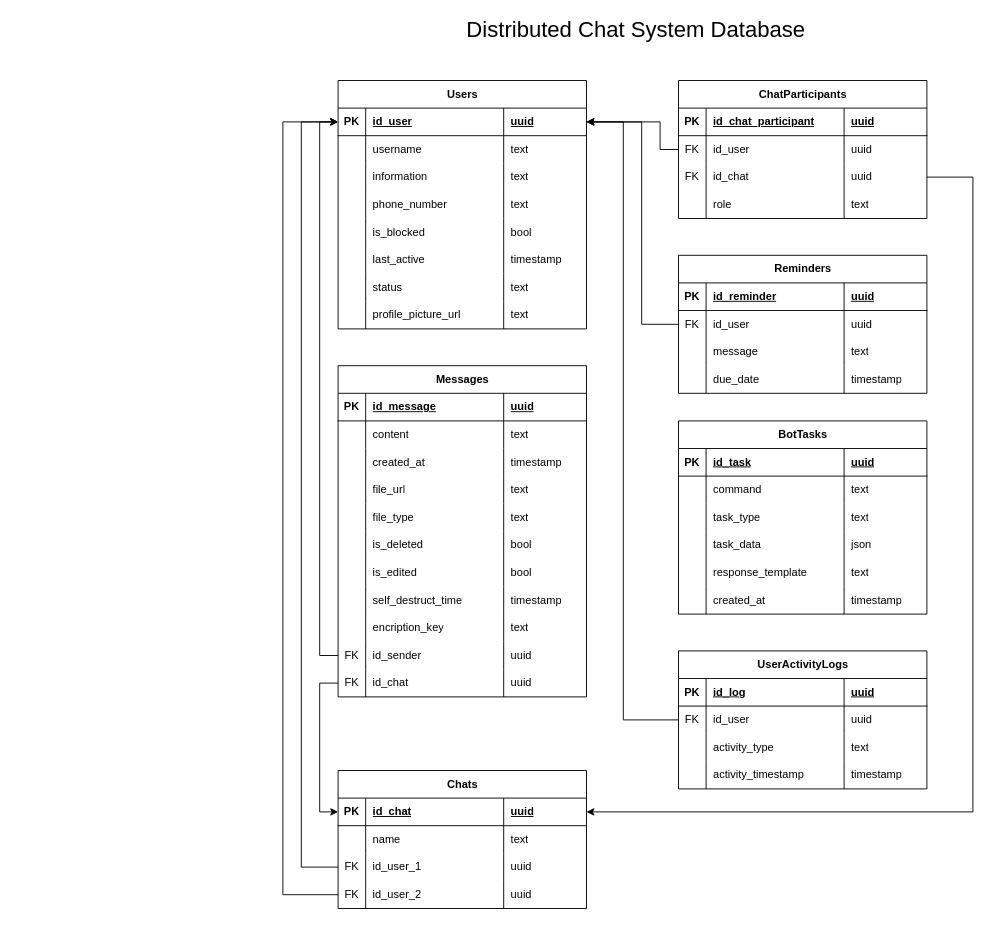
GabrielAlfaro07/Distributed-Chat-System keeps this draw.io diagram as Distributed_Chat_System_Database.drawio. Above is the earlier version. Source tidied: cells renumbered, new cells numbered last; positions are measured from the earlier drawing's top-left corner, leaving out a move shared by most shapes. Both pictures are drawn from the tidied source at 92%, with x=0, y=0 at pixel (282, 16).
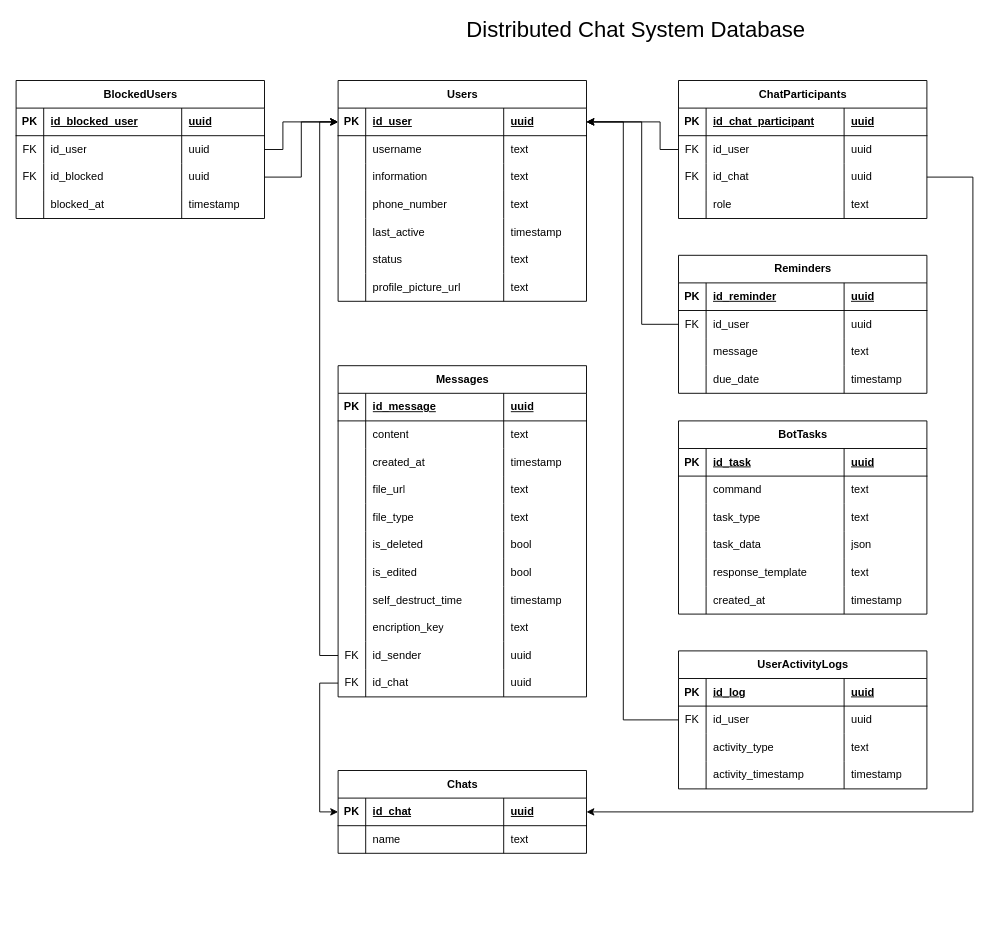
Above is the later version.

Commit message (it also covers changes not shown here):
feat: added authService.ts to manage sessions and authentication

Unchanged cells that the change refers to:
```xml
<mxCell id="4" style="shape=tableRow;horizontal=0;startSize=0;swimlaneHead=0;swimlaneBody=0;fillColor=none;points=[[0,0.5],[1,0.5]];portConstraint=eastwest;top=0;left=0;right=0;bottom=1;" parent="3" vertex="1">
  <mxGeometry y="30" width="270" height="30" as="geometry" />
</mxCell>
```

Change to the diagram source:
```diff
@@
     <mxCell id="3" value="Users" style="shape=table;startSize=30;childLayout=tableLayout;rowLines=0;fontStyle=1;align=center;html=1;" parent="1" vertex="1">
-      <mxGeometry x="60" y="70" width="270" height="270" as="geometry" />
+      <mxGeometry x="60" y="70" width="270" height="240" as="geometry" />
     </mxCell>
@@
-    <mxCell id="20" style="shape=tableRow;horizontal=0;startSize=0;swimlaneHead=0;swimlaneBody=0;fillColor=none;top=0;left=0;right=0;bottom=0;" parent="3" vertex="1">
-      <mxGeometry y="150" width="270" height="30" as="geometry" />
-    </mxCell>
-    <mxCell id="21" style="shape=partialRectangle;fillColor=none;top=0;left=0;bottom=0;right=0;overflow=hidden;whiteSpace=wrap;html=1;" parent="20" vertex="1">
-      <mxGeometry width="30" height="30" as="geometry" />
-    </mxCell>
-    <mxCell id="22" value="is_blocked" style="shape=partialRectangle;fillColor=none;top=0;left=0;bottom=0;right=0;align=left;spacingLeft=6;overflow=hidden;whiteSpace=wrap;html=1;" parent="20" vertex="1">
-      <mxGeometry x="30" width="150" height="30" as="geometry" />
-    </mxCell>
-    <mxCell id="23" value="bool" style="shape=partialRectangle;fillColor=none;top=0;left=0;bottom=0;right=0;align=left;spacingLeft=6;overflow=hidden;whiteSpace=wrap;html=1;" parent="20" vertex="1">
-      <mxGeometry x="180" width="90" height="30" as="geometry" />
-    </mxCell>
     <mxCell id="24" style="shape=tableRow;horizontal=0;startSize=0;swimlaneHead=0;swimlaneBody=0;fillColor=none;top=0;left=0;right=0;bottom=0;" parent="3" vertex="1">
-      <mxGeometry y="180" width="270" height="30" as="geometry" />
+      <mxGeometry y="150" width="270" height="30" as="geometry" />
     </mxCell>
@@
     <mxCell id="28" style="shape=tableRow;horizontal=0;startSize=0;swimlaneHead=0;swimlaneBody=0;fillColor=none;top=0;left=0;right=0;bottom=0;" parent="3" vertex="1">
-      <mxGeometry y="210" width="270" height="30" as="geometry" />
+      <mxGeometry y="180" width="270" height="30" as="geometry" />
     </mxCell>
@@
     <mxCell id="32" style="shape=tableRow;horizontal=0;startSize=0;swimlaneHead=0;swimlaneBody=0;fillColor=none;top=0;left=0;right=0;bottom=0;" parent="3" vertex="1">
-      <mxGeometry y="240" width="270" height="30" as="geometry" />
+      <mxGeometry y="210" width="270" height="30" as="geometry" />
     </mxCell>
@@
     <mxCell id="81" value="Chats" style="shape=table;startSize=30;childLayout=tableLayout;rowLines=0;fontStyle=1;align=center;html=1;" parent="1" vertex="1">
-      <mxGeometry x="60" y="820" width="270" height="150" as="geometry" />
+      <mxGeometry x="60" y="820" width="270" height="90" as="geometry" />
     </mxCell>
@@
-    <mxCell id="90" style="shape=tableRow;horizontal=0;startSize=0;swimlaneHead=0;swimlaneBody=0;fillColor=none;points=[[0,0.5],[1,0.5]];portConstraint=eastwest;top=0;left=0;right=0;bottom=0;" parent="81" vertex="1">
-      <mxGeometry y="90" width="270" height="30" as="geometry" />
-    </mxCell>
-    <mxCell id="91" value="FK" style="shape=partialRectangle;fillColor=none;top=0;left=0;bottom=0;right=0;overflow=hidden;whiteSpace=wrap;html=1;" parent="90" vertex="1">
-      <mxGeometry width="30" height="30" as="geometry" />
-    </mxCell>
-    <mxCell id="92" value="id_user_1" style="shape=partialRectangle;fillColor=none;top=0;left=0;bottom=0;right=0;align=left;spacingLeft=6;overflow=hidden;whiteSpace=wrap;html=1;" parent="90" vertex="1">
-      <mxGeometry x="30" width="150" height="30" as="geometry" />
-    </mxCell>
-    <mxCell id="93" value="uuid" style="shape=partialRectangle;fillColor=none;top=0;left=0;bottom=0;right=0;align=left;spacingLeft=6;overflow=hidden;whiteSpace=wrap;html=1;" parent="90" vertex="1">
-      <mxGeometry x="180" width="90" height="30" as="geometry" />
-    </mxCell>
-    <mxCell id="94" style="shape=tableRow;horizontal=0;startSize=0;swimlaneHead=0;swimlaneBody=0;fillColor=none;points=[[0,0.5],[1,0.5]];portConstraint=eastwest;top=0;left=0;right=0;bottom=0;" parent="81" vertex="1">
-      <mxGeometry y="120" width="270" height="30" as="geometry" />
-    </mxCell>
-    <mxCell id="95" value="FK" style="shape=partialRectangle;fillColor=none;top=0;left=0;bottom=0;right=0;overflow=hidden;whiteSpace=wrap;html=1;" parent="94" vertex="1">
-      <mxGeometry width="30" height="30" as="geometry" />
-    </mxCell>
-    <mxCell id="96" value="id_user_2" style="shape=partialRectangle;fillColor=none;top=0;left=0;bottom=0;right=0;align=left;spacingLeft=6;overflow=hidden;whiteSpace=wrap;html=1;" parent="94" vertex="1">
-      <mxGeometry x="30" width="150" height="30" as="geometry" />
-    </mxCell>
-    <mxCell id="97" value="uuid" style="shape=partialRectangle;fillColor=none;top=0;left=0;bottom=0;right=0;align=left;spacingLeft=6;overflow=hidden;whiteSpace=wrap;html=1;" parent="94" vertex="1">
-      <mxGeometry x="180" width="90" height="30" as="geometry" />
-    </mxCell>
@@
-    <mxCell id="100" style="edgeStyle=orthogonalEdgeStyle;rounded=0;jettySize=auto;html=1;entryX=0;entryY=0.5;entryDx=0;entryDy=0;exitX=0;exitY=0.5;exitDx=0;exitDy=0;" parent="1" edge="1" source="90" target="4">
+    <mxCell id="100" style="edgeStyle=orthogonalEdgeStyle;rounded=0;jettySize=auto;html=1;entryX=0;entryY=0.5;entryDx=0;entryDy=0;exitX=0;exitY=0.5;exitDx=0;exitDy=0;" parent="1" edge="1" target="4">
       <mxGeometry relative="1" as="geometry">
         <Array as="points">
           <mxPoint x="20" y="925" />
           <mxPoint x="20" y="115" />
         </Array>
       </mxGeometry>
     </mxCell>
-    <mxCell id="101" style="edgeStyle=orthogonalEdgeStyle;rounded=0;jettySize=auto;html=1;entryX=0;entryY=0.5;entryDx=0;entryDy=0;exitX=0;exitY=0.5;exitDx=0;exitDy=0;" parent="1" edge="1" source="94" target="4">
+    <mxCell id="101" style="edgeStyle=orthogonalEdgeStyle;rounded=0;jettySize=auto;html=1;entryX=0;entryY=0.5;entryDx=0;entryDy=0;exitX=0;exitY=0.5;exitDx=0;exitDy=0;" parent="1" edge="1" target="4">
       <mxGeometry relative="1" as="geometry">
         <Array as="points">
           <mxPoint y="955" />
           <mxPoint y="115" />
         </Array>
       </mxGeometry>
     </mxCell>
@@
+    <mxCell id="182" value="BlockedUsers" style="shape=table;startSize=30;childLayout=tableLayout;rowLines=0;fontStyle=1;align=center;html=1;" parent="1" vertex="1">
+      <mxGeometry x="-290" y="70" width="270" height="150" as="geometry" />
+    </mxCell>
+    <mxCell id="183" style="shape=tableRow;horizontal=0;startSize=0;swimlaneHead=0;swimlaneBody=0;fillColor=none;top=0;left=0;right=0;bottom=1;" parent="182" vertex="1">
+      <mxGeometry y="30" width="270" height="30" as="geometry" />
+    </mxCell>
+    <mxCell id="184" value="PK" style="shape=partialRectangle;fillColor=none;top=0;left=0;bottom=0;right=0;fontStyle=1;overflow=hidden;whiteSpace=wrap;html=1;" parent="183" vertex="1">
+      <mxGeometry width="30" height="30" as="geometry" />
+    </mxCell>
+    <mxCell id="185" value="id_blocked_user" style="shape=partialRectangle;fillColor=none;top=0;left=0;bottom=0;right=0;align=left;spacingLeft=6;fontStyle=5;overflow=hidden;whiteSpace=wrap;html=1;" parent="183" vertex="1">
+      <mxGeometry x="30" width="150" height="30" as="geometry" />
+    </mxCell>
+    <mxCell id="186" value="uuid" style="shape=partialRectangle;fillColor=none;top=0;left=0;bottom=0;right=0;align=left;spacingLeft=6;fontStyle=5;overflow=hidden;whiteSpace=wrap;html=1;" parent="183" vertex="1">
+      <mxGeometry x="180" width="90" height="30" as="geometry" />
+    </mxCell>
+    <mxCell id="187" style="shape=tableRow;horizontal=0;startSize=0;swimlaneHead=0;swimlaneBody=0;fillColor=none;points=[[0,0.5],[1,0.5]];portConstraint=eastwest;top=0;left=0;right=0;bottom=0;" parent="182" vertex="1">
+      <mxGeometry y="60" width="270" height="30" as="geometry" />
+    </mxCell>
+    <mxCell id="188" value="FK" style="shape=partialRectangle;fillColor=none;top=0;left=0;bottom=0;right=0;overflow=hidden;whiteSpace=wrap;html=1;" parent="187" vertex="1">
+      <mxGeometry width="30" height="30" as="geometry" />
+    </mxCell>
+    <mxCell id="189" value="id_user" style="shape=partialRectangle;fillColor=none;top=0;left=0;bottom=0;right=0;align=left;spacingLeft=6;overflow=hidden;whiteSpace=wrap;html=1;" parent="187" vertex="1">
+      <mxGeometry x="30" width="150" height="30" as="geometry" />
+    </mxCell>
+    <mxCell id="190" value="uuid" style="shape=partialRectangle;fillColor=none;top=0;left=0;bottom=0;right=0;align=left;spacingLeft=6;overflow=hidden;whiteSpace=wrap;html=1;" parent="187" vertex="1">
+      <mxGeometry x="180" width="90" height="30" as="geometry" />
+    </mxCell>
+    <mxCell id="90" style="shape=tableRow;horizontal=0;startSize=0;swimlaneHead=0;swimlaneBody=0;fillColor=none;points=[[0,0.5],[1,0.5]];portConstraint=eastwest;top=0;left=0;right=0;bottom=0;" parent="182" vertex="1">
+      <mxGeometry y="90" width="270" height="30" as="geometry" />
+    </mxCell>
+    <mxCell id="191" value="FK" style="shape=partialRectangle;fillColor=none;top=0;left=0;bottom=0;right=0;overflow=hidden;whiteSpace=wrap;html=1;" parent="90" vertex="1">
+      <mxGeometry width="30" height="30" as="geometry" />
+    </mxCell>
+    <mxCell id="192" value="id_blocked" style="shape=partialRectangle;fillColor=none;top=0;left=0;bottom=0;right=0;align=left;spacingLeft=6;overflow=hidden;whiteSpace=wrap;html=1;" parent="90" vertex="1">
+      <mxGeometry x="30" width="150" height="30" as="geometry" />
+    </mxCell>
+    <mxCell id="193" value="uuid" style="shape=partialRectangle;fillColor=none;top=0;left=0;bottom=0;right=0;align=left;spacingLeft=6;overflow=hidden;whiteSpace=wrap;html=1;" parent="90" vertex="1">
+      <mxGeometry x="180" width="90" height="30" as="geometry" />
+    </mxCell>
+    <mxCell id="94" style="shape=tableRow;horizontal=0;startSize=0;swimlaneHead=0;swimlaneBody=0;fillColor=none;points=[[0,0.5],[1,0.5]];portConstraint=eastwest;top=0;left=0;right=0;bottom=0;" parent="182" vertex="1">
+      <mxGeometry y="120" width="270" height="30" as="geometry" />
+    </mxCell>
+    <mxCell id="21" style="shape=partialRectangle;fillColor=none;top=0;left=0;bottom=0;right=0;overflow=hidden;whiteSpace=wrap;html=1;" parent="94" vertex="1">
+      <mxGeometry width="30" height="30" as="geometry" />
+    </mxCell>
+    <mxCell id="194" value="blocked_at" style="shape=partialRectangle;fillColor=none;top=0;left=0;bottom=0;right=0;align=left;spacingLeft=6;overflow=hidden;whiteSpace=wrap;html=1;" parent="94" vertex="1">
+      <mxGeometry x="30" width="150" height="30" as="geometry" />
+    </mxCell>
+    <mxCell id="195" value="timestamp" style="shape=partialRectangle;fillColor=none;top=0;left=0;bottom=0;right=0;align=left;spacingLeft=6;overflow=hidden;whiteSpace=wrap;html=1;" parent="94" vertex="1">
+      <mxGeometry x="180" width="90" height="30" as="geometry" />
+    </mxCell>
+    <mxCell id="196" style="edgeStyle=orthogonalEdgeStyle;rounded=0;jettySize=auto;html=1;entryX=0;entryY=0.5;entryDx=0;entryDy=0;" parent="1" edge="1" source="187" target="4">
+      <mxGeometry relative="1" as="geometry">
+        <Array as="points">
+          <mxPoint y="145" />
+          <mxPoint y="115" />
+        </Array>
+      </mxGeometry>
+    </mxCell>
+    <mxCell id="197" style="edgeStyle=orthogonalEdgeStyle;rounded=0;jettySize=auto;html=1;entryX=0;entryY=0.5;entryDx=0;entryDy=0;" parent="1" edge="1" source="90" target="4">
+      <mxGeometry relative="1" as="geometry">
+        <Array as="points">
+          <mxPoint x="20" y="175" />
+          <mxPoint x="20" y="115" />
+        </Array>
+      </mxGeometry>
+    </mxCell>
```
